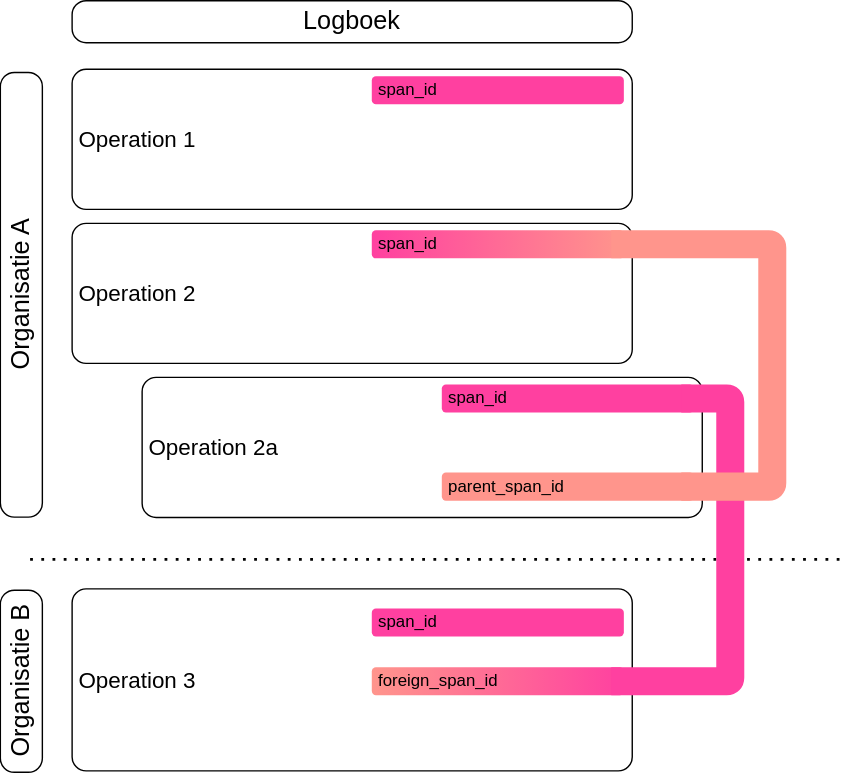
The draw.io diagram media/relatie_logboekelementen_afbeelding10.svg in Logius-standaarden/logboek-dataverwerkingen-inleiding, before a commit. Source tidied: cells renumbered, new cells last; positions are measured from the earlier drawing's top-left corner, leaving out a move shared by most shapes.
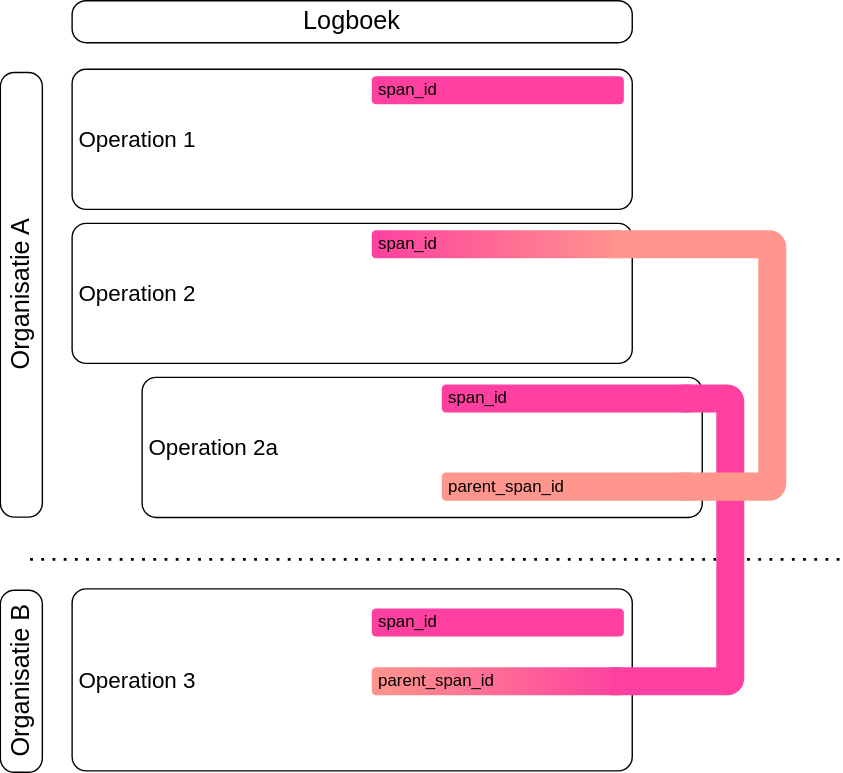
The same file after the commit.

Diff of the diagram source:
```diff
@@ -23,7 +23,7 @@
     <mxCell id="8" value="Operation 3" style="rounded=1;whiteSpace=wrap;html=1;align=left;fontSize=16;spacing=5;absoluteArcSize=1;" parent="1" vertex="1">
       <mxGeometry x="195" y="420" width="400" height="130" as="geometry" />
     </mxCell>
-    <mxCell id="9" value="foreign_span_id" style="rounded=1;whiteSpace=wrap;html=1;strokeColor=none;fillColor=#FF958C;points=[[0,0,0,0,0],[0,0.25,0,0,0],[0,0.75,0,0,0],[0,1,0,0,0],[0.05,0.5,0,0,0],[0.25,0,0,0,0],[0.25,1,0,0,0],[0.5,0,0,0,0],[0.5,1,0,0,0],[0.75,0,0,0,0],[0.75,1,0,0,0],[0.95,0.5,0,0,0],[1,0,0,0,0],[1,0.25,0,0,0],[1,0.75,0,0,0],[1,1,0,0,0]];align=left;spacing=5;gradientColor=#FF40A0;gradientDirection=east;" parent="1" vertex="1">
+    <mxCell id="9" value="parent_span_id" style="rounded=1;whiteSpace=wrap;html=1;strokeColor=none;fillColor=#FF958C;points=[[0,0,0,0,0],[0,0.25,0,0,0],[0,0.75,0,0,0],[0,1,0,0,0],[0.05,0.5,0,0,0],[0.25,0,0,0,0],[0.25,1,0,0,0],[0.5,0,0,0,0],[0.5,1,0,0,0],[0.75,0,0,0,0],[0.75,1,0,0,0],[0.95,0.5,0,0,0],[1,0,0,0,0],[1,0.25,0,0,0],[1,0.75,0,0,0],[1,1,0,0,0]];align=left;spacing=5;gradientColor=#FF40A0;gradientDirection=east;" parent="1" vertex="1">
       <mxGeometry x="409" y="476" width="180" height="20" as="geometry" />
     </mxCell>
     <mxCell id="10" value="span_id" style="rounded=1;whiteSpace=wrap;html=1;strokeColor=none;fillColor=light-dark(#ff40a0, #22a20b);align=left;spacing=5;" parent="1" vertex="1">
```
